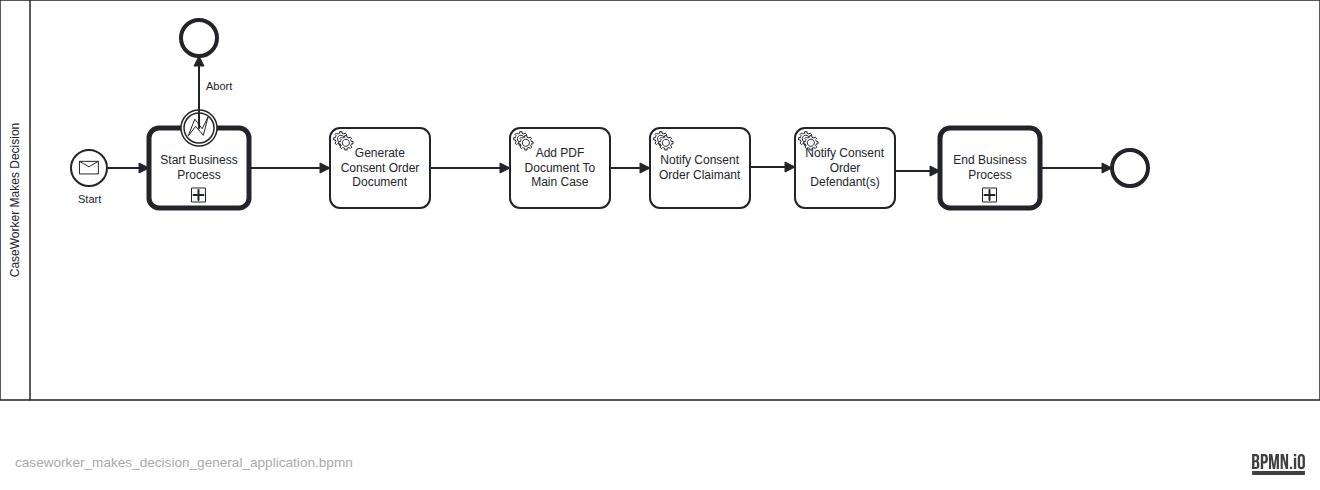
This is docs/bpmn-diagrams/caseworker_makes_decision_general_application.png from hmcts/civil-service, a BPMN export, as it was before one commit. Its source is kept beside it as src/main/resources/camunda/caseworker_makes_decision_general_application.bpmn. Ids are renumbered.
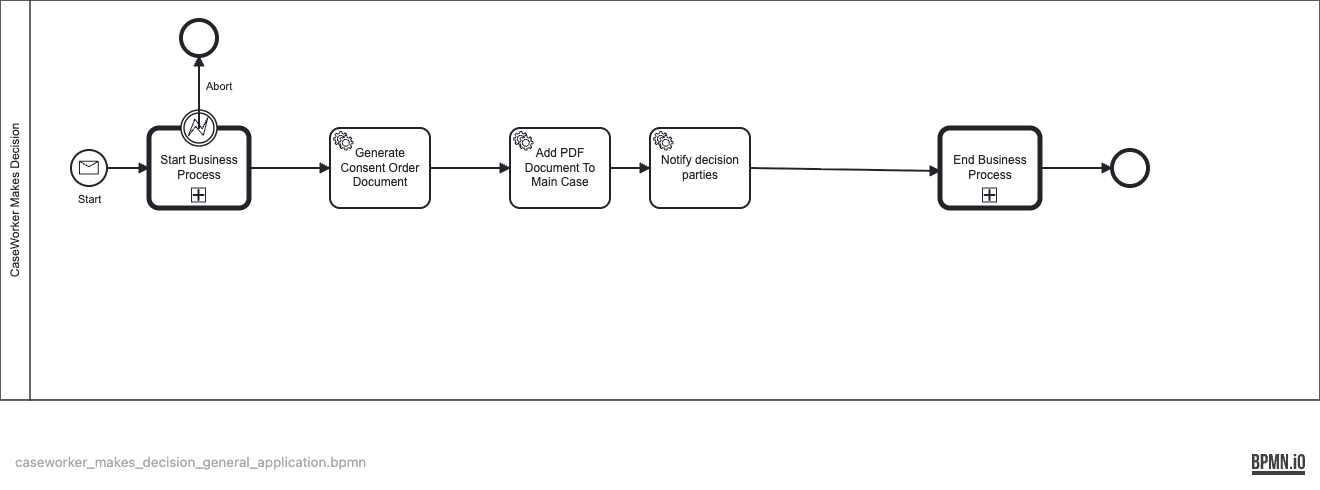
After the commit.

Change to the diagram source:
```diff
@@ -1,4 +1,4 @@
-<bpmn:definitions xmlns:bpmn="http://www.omg.org/spec/BPMN/20100524/MODEL" xmlns:bpmndi="http://www.omg.org/spec/BPMN/20100524/DI" xmlns:dc="http://www.omg.org/spec/DD/20100524/DC" xmlns:camunda="http://camunda.org/schema/1.0/bpmn" xmlns:di="http://www.omg.org/spec/DD/20100524/DI" xmlns:modeler="http://camunda.org/schema/modeler/1.0" id="Definitions_n1" targetNamespace="http://bpmn.io/schema/bpmn" exporter="Camunda Modeler" exporterVersion="5.5.1" modeler:executionPlatform="Camunda Platform" modeler:executionPlatformVersion="7.15.0">
+<bpmn:definitions xmlns:bpmn="http://www.omg.org/spec/BPMN/20100524/MODEL" xmlns:bpmndi="http://www.omg.org/spec/BPMN/20100524/DI" xmlns:dc="http://www.omg.org/spec/DD/20100524/DC" xmlns:camunda="http://camunda.org/schema/1.0/bpmn" xmlns:di="http://www.omg.org/spec/DD/20100524/DI" xmlns:modeler="http://camunda.org/schema/modeler/1.0" id="Definitions_n1" targetNamespace="http://bpmn.io/schema/bpmn" exporter="Camunda Modeler" exporterVersion="5.35.0" modeler:executionPlatform="Camunda Platform" modeler:executionPlatformVersion="7.15.0">
   <bpmn:collaboration id="CaseworkerMakesDecision">
     <bpmn:participant id="Participant_n2" name="CaseWorker Makes Decision" processRef="GA_APPROVE_CONSENT_ORDER_PROCESS_ID" />
   </bpmn:collaboration>
@@ -37,32 +37,13 @@
       <bpmn:incoming>Flow_n10</bpmn:incoming>
       <bpmn:outgoing>Flow_n12</bpmn:outgoing>
     </bpmn:serviceTask>
-    <bpmn:endEvent id="Event_n13">
-      <bpmn:incoming>Flow_n14</bpmn:incoming>
-    </bpmn:endEvent>
-    <bpmn:serviceTask id="NotifyConsentOrderClaimant" name="Notify Consent Order Claimant" camunda:type="external" camunda:topic="processExternalCaseEventGASpec">
+    <bpmn:serviceTask id="NotifyGaJudicialDecision" name="Notify decision parties" camunda:type="external" camunda:topic="processExternalCaseEventGASpec">
       <bpmn:extensionElements>
         <camunda:inputOutput>
-          <camunda:inputParameter name="caseEvent">START_APPLICANT_NOTIFICATION_PROCESS_MAKE_DECISION</camunda:inputParameter>
+          <camunda:inputParameter name="caseEvent">NOTIFY_EVENT</camunda:inputParameter>
         </camunda:inputOutput>
       </bpmn:extensionElements>
       <bpmn:incoming>Flow_n12</bpmn:incoming>
-      <bpmn:outgoing>Flow_n15</bpmn:outgoing>
-    </bpmn:serviceTask>
-    <bpmn:callActivity id="Activity_n16" name="End Business Process" calledElement="GA_EndJudgeMakesDecisionBusinessProcess">
-      <bpmn:extensionElements>
-        <camunda:in variables="all" />
-      </bpmn:extensionElements>
-      <bpmn:incoming>Flow_n17</bpmn:incoming>
-      <bpmn:outgoing>Flow_n14</bpmn:outgoing>
-    </bpmn:callActivity>
-    <bpmn:serviceTask id="NotifyConsentOrderDefendant" name="Notify Consent Order Defendant(s)" camunda:type="external" camunda:topic="processExternalCaseEventGASpec">
-      <bpmn:extensionElements>
-        <camunda:inputOutput>
-          <camunda:inputParameter name="caseEvent">START_RESPONDENT_NOTIFICATION_PROCESS_MAKE_DECISION</camunda:inputParameter>
-        </camunda:inputOutput>
-      </bpmn:extensionElements>
-      <bpmn:incoming>Flow_n15</bpmn:incoming>
       <bpmn:outgoing>Flow_n17</bpmn:outgoing>
     </bpmn:serviceTask>
     <bpmn:boundaryEvent id="Event_n18" name="Abort" attachedToRef="Activity_n11">
@@ -72,10 +53,19 @@
     <bpmn:sequenceFlow id="Flow_n8" sourceRef="Activity_n11" targetRef="Event_n7" />
     <bpmn:sequenceFlow id="Flow_n9" sourceRef="Activity_n11" targetRef="GenerateConsentOrderDocument" />
     <bpmn:sequenceFlow id="Flow_n10" sourceRef="GenerateConsentOrderDocument" targetRef="AddDocumentToParentCase" />
-    <bpmn:sequenceFlow id="Flow_n12" sourceRef="AddDocumentToParentCase" targetRef="NotifyConsentOrderClaimant" />
+    <bpmn:sequenceFlow id="Flow_n12" sourceRef="AddDocumentToParentCase" targetRef="NotifyGaJudicialDecision" />
+    <bpmn:sequenceFlow id="Flow_n17" sourceRef="NotifyGaJudicialDecision" targetRef="Activity_n16" />
+    <bpmn:endEvent id="Event_n13">
+      <bpmn:incoming>Flow_n14</bpmn:incoming>
+    </bpmn:endEvent>
+    <bpmn:callActivity id="Activity_n16" name="End Business Process" calledElement="GA_EndJudgeMakesDecisionBusinessProcess">
+      <bpmn:extensionElements>
+        <camunda:in variables="all" />
+      </bpmn:extensionElements>
+      <bpmn:incoming>Flow_n17</bpmn:incoming>
+      <bpmn:outgoing>Flow_n14</bpmn:outgoing>
+    </bpmn:callActivity>
     <bpmn:sequenceFlow id="Flow_n14" sourceRef="Activity_n16" targetRef="Event_n13" />
-    <bpmn:sequenceFlow id="Flow_n15" sourceRef="NotifyConsentOrderClaimant" targetRef="NotifyConsentOrderDefendant" />
-    <bpmn:sequenceFlow id="Flow_n17" sourceRef="NotifyConsentOrderDefendant" targetRef="Activity_n16" />
   </bpmn:process>
   <bpmn:message id="Message_n6" name="APPROVE_CONSENT_ORDER" />
   <bpmndi:BPMNDiagram id="BPMNDiagram_1">
@@ -104,19 +94,15 @@
         <dc:Bounds x="670" y="238" width="100" height="80" />
         <bpmndi:BPMNLabel />
       </bpmndi:BPMNShape>
-      <bpmndi:BPMNShape id="BPMNShape_n24" bpmnElement="Event_n13">
-        <dc:Bounds x="1272" y="260" width="36" height="36" />
-      </bpmndi:BPMNShape>
-      <bpmndi:BPMNShape id="BPMNShape_n25" bpmnElement="NotifyConsentOrderClaimant">
+      <bpmndi:BPMNShape id="BPMNShape_n25" bpmnElement="NotifyGaJudicialDecision">
         <dc:Bounds x="810" y="238" width="100" height="80" />
         <bpmndi:BPMNLabel />
       </bpmndi:BPMNShape>
+      <bpmndi:BPMNShape id="BPMNShape_n24" bpmnElement="Event_n13">
+        <dc:Bounds x="1173" y="255" width="36" height="36" />
+      </bpmndi:BPMNShape>
       <bpmndi:BPMNShape id="BPMNShape_n26" bpmnElement="Activity_n16">
-        <dc:Bounds x="1100" y="238" width="100" height="80" />
-      </bpmndi:BPMNShape>
-      <bpmndi:BPMNShape id="BPMNShape_n27" bpmnElement="NotifyConsentOrderDefendant">
-        <dc:Bounds x="955" y="238" width="100" height="80" />
-        <bpmndi:BPMNLabel />
+        <dc:Bounds x="1001" y="233" width="100" height="80" />
       </bpmndi:BPMNShape>
       <bpmndi:BPMNShape id="BPMNShape_n28" bpmnElement="Event_n18">
         <dc:Bounds x="341" y="220" width="36" height="36" />
@@ -144,17 +130,13 @@
         <di:waypoint x="770" y="278" />
         <di:waypoint x="810" y="278" />
       </bpmndi:BPMNEdge>
+      <bpmndi:BPMNEdge id="Flow_n17_di" bpmnElement="Flow_n17">
+        <di:waypoint x="910" y="277" />
+        <di:waypoint x="1001" y="277" />
+      </bpmndi:BPMNEdge>
       <bpmndi:BPMNEdge id="BPMNEdge_n32" bpmnElement="Flow_n14">
-        <di:waypoint x="1200" y="278" />
-        <di:waypoint x="1272" y="278" />
-      </bpmndi:BPMNEdge>
-      <bpmndi:BPMNEdge id="BPMNEdge_n33" bpmnElement="Flow_n15">
-        <di:waypoint x="910" y="277" />
-        <di:waypoint x="955" y="277" />
-      </bpmndi:BPMNEdge>
-      <bpmndi:BPMNEdge id="Flow_n17_di" bpmnElement="Flow_n17">
-        <di:waypoint x="1055" y="281" />
-        <di:waypoint x="1100" y="281" />
+        <di:waypoint x="1101" y="273" />
+        <di:waypoint x="1173" y="273" />
       </bpmndi:BPMNEdge>
     </bpmndi:BPMNPlane>
   </bpmndi:BPMNDiagram>
```
